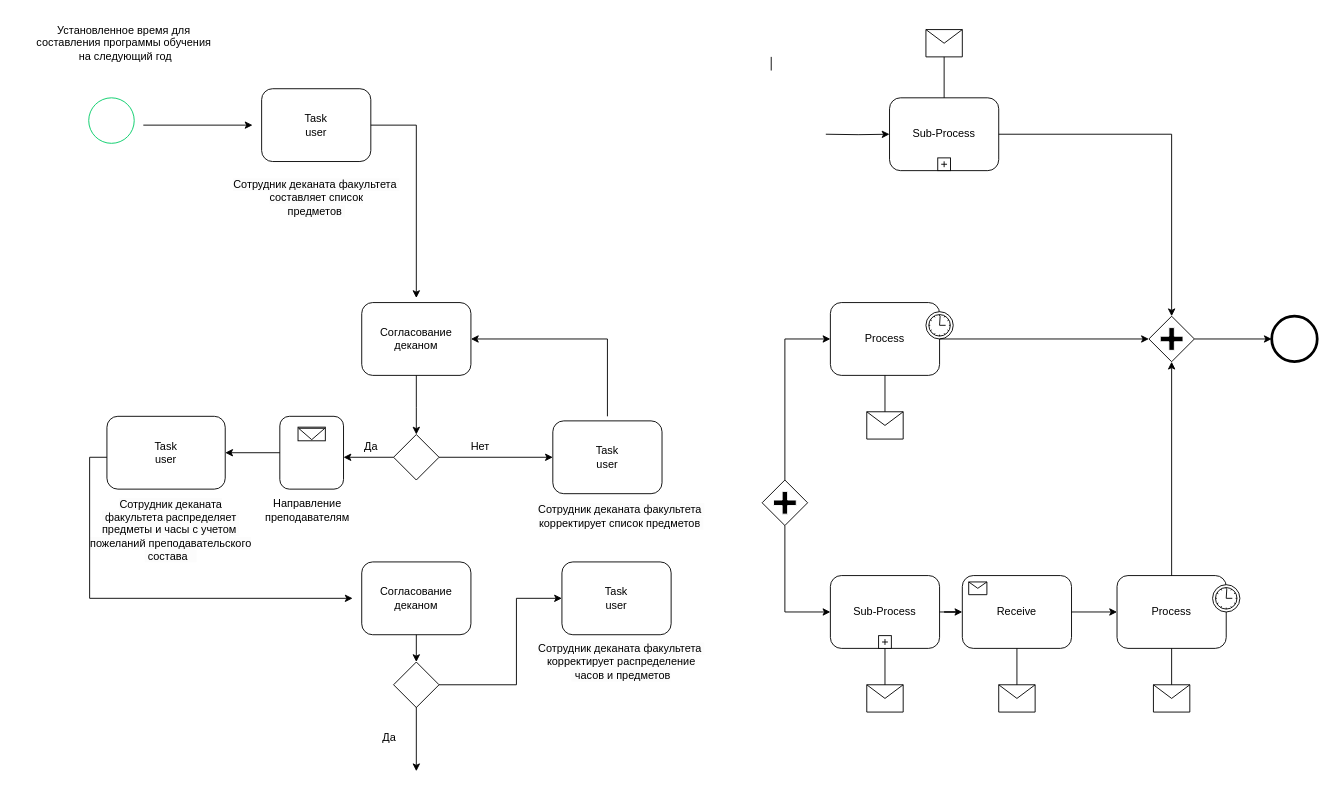
Earlier version of the draw.io diagram Задание_2_4.drawio (Ravil888/for-images). Source tidied: cells renumbered, new cells numbered last; positions are measured from the earlier drawing's top-left corner, leaving out a move shared by most shapes. Both pictures are drawn from the tidied source at 91%, with x=0, y=0 at pixel (25, 15).
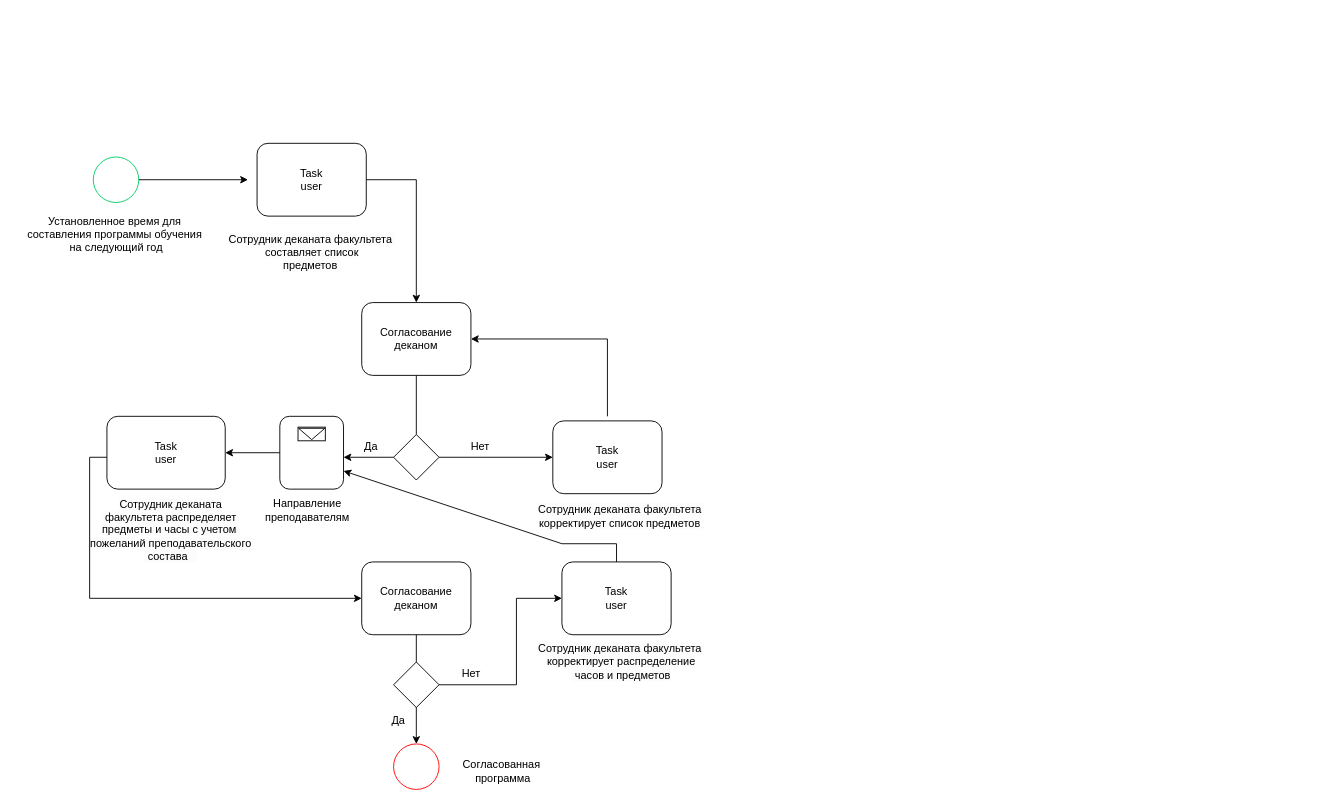
After the change.

The change refers to these unchanged cells:
```xml
<mxCell id="41" value="Согласование деканом" style="shape=ext;rounded=1;html=1;whiteSpace=wrap;" parent="1" vertex="1">
  <mxGeometry x="370" y="315" width="120" height="80" as="geometry" />
</mxCell>
<mxCell id="43" style="rhombus;whiteSpace=wrap;html=1;" parent="1" vertex="1">
  <mxGeometry x="405" y="460" width="50" height="50" as="geometry" />
</mxCell>
<mxCell id="54" value="Согласование деканом" style="shape=ext;rounded=1;html=1;whiteSpace=wrap;" parent="1" vertex="1">
  <mxGeometry x="370" y="600" width="120" height="80" as="geometry" />
</mxCell>
<mxCell id="57" style="rhombus;whiteSpace=wrap;html=1;" parent="1" vertex="1">
  <mxGeometry x="405" y="710" width="50" height="50" as="geometry" />
</mxCell>
<mxCell id="60" value="&amp;nbsp;Task&amp;nbsp;&lt;div&gt;user&lt;/div&gt;" style="shape=ext;rounded=1;html=1;whiteSpace=wrap;" parent="1" vertex="1">
  <mxGeometry x="590" y="600" width="120" height="80" as="geometry" />
</mxCell>
<mxCell id="61" style="shape=ext;rounded=1;html=1;whiteSpace=wrap;" parent="1" vertex="1">
  <mxGeometry x="280" y="440" width="70" height="80" as="geometry" />
</mxCell>
```

Diff of the diagram source:
```diff
@@
     <mxCell id="2" style="shape=mxgraph.bpmn.shape;html=1;verticalLabelPosition=bottom;labelBackgroundColor=#ffffff;verticalAlign=top;perimeter=ellipsePerimeter;outline=standard;symbol=general;strokeColor=#00CC66;" parent="1" vertex="1">
-      <mxGeometry x="70" y="90" width="50" height="50" as="geometry" />
+      <mxGeometry x="75" y="155" width="50" height="50" as="geometry" />
     </mxCell>
     <mxCell id="3" value="&amp;nbsp;Task&amp;nbsp;&lt;div&gt;user&lt;/div&gt;" style="shape=ext;rounded=1;html=1;whiteSpace=wrap;" parent="1" vertex="1">
-      <mxGeometry x="260" y="80" width="120" height="80" as="geometry" />
+      <mxGeometry x="255" y="140" width="120" height="80" as="geometry" />
     </mxCell>
-    <mxCell id="4" value="Sub-Process" style="html=1;whiteSpace=wrap;rounded=1;" parent="1" vertex="1">
-      <mxGeometry x="950" y="90" width="120" height="80" as="geometry" />
-    </mxCell>
-    <mxCell id="5" style="html=1;shape=plus;" parent="4" vertex="1">
-      <mxGeometry x="0.5" y="1" width="14" height="14" relative="1" as="geometry">
-        <mxPoint x="-7" y="-14" as="offset" />
-      </mxGeometry>
-    </mxCell>
-    <mxCell id="6" value="Process" style="html=1;whiteSpace=wrap;rounded=1;" parent="1" vertex="1">
-      <mxGeometry x="885" y="315" width="120" height="80" as="geometry" />
-    </mxCell>
-    <mxCell id="7" style="shape=mxgraph.bpmn.timer_start;perimeter=ellipsePerimeter;html=1;labelPosition=right;labelBackgroundColor=#ffffff;align=left;" parent="6" vertex="1">
-      <mxGeometry x="1" width="30" height="30" relative="1" as="geometry">
-        <mxPoint x="-15" y="10" as="offset" />
-      </mxGeometry>
-    </mxCell>
-    <mxCell id="8" value="Process" style="html=1;whiteSpace=wrap;rounded=1;" parent="1" vertex="1">
-      <mxGeometry x="1200" y="615" width="120" height="80" as="geometry" />
-    </mxCell>
-    <mxCell id="9" style="shape=mxgraph.bpmn.timer_start;perimeter=ellipsePerimeter;html=1;labelPosition=right;labelBackgroundColor=#ffffff;align=left;" parent="8" vertex="1">
-      <mxGeometry x="1" width="30" height="30" relative="1" as="geometry">
-        <mxPoint x="-15" y="10" as="offset" />
-      </mxGeometry>
-    </mxCell>
-    <mxCell id="10" value="Receive" style="html=1;whiteSpace=wrap;rounded=1;" parent="1" vertex="1">
-      <mxGeometry x="1030" y="615" width="120" height="80" as="geometry" />
-    </mxCell>
-    <mxCell id="11" style="html=1;shape=message;" parent="10" vertex="1">
-      <mxGeometry width="20" height="14" relative="1" as="geometry">
-        <mxPoint x="7" y="7" as="offset" />
-      </mxGeometry>
-    </mxCell>
-    <mxCell id="12" value="Sub-Process" style="html=1;whiteSpace=wrap;rounded=1;" parent="1" vertex="1">
-      <mxGeometry x="885" y="615" width="120" height="80" as="geometry" />
-    </mxCell>
-    <mxCell id="13" style="html=1;shape=plus;" parent="12" vertex="1">
-      <mxGeometry x="0.5" y="1" width="14" height="14" relative="1" as="geometry">
-        <mxPoint x="-7" y="-14" as="offset" />
-      </mxGeometry>
-    </mxCell>
-    <mxCell id="14" style="shape=mxgraph.bpmn.shape;html=1;verticalLabelPosition=bottom;labelBackgroundColor=#ffffff;verticalAlign=top;perimeter=rhombusPerimeter;background=gateway;outline=none;symbol=parallelGw;" parent="1" vertex="1">
-      <mxGeometry x="1235" y="330" width="50" height="50" as="geometry" />
-    </mxCell>
-    <mxCell id="15" style="shape=mxgraph.bpmn.shape;html=1;verticalLabelPosition=bottom;labelBackgroundColor=#ffffff;verticalAlign=top;perimeter=ellipsePerimeter;outline=end;symbol=general;" parent="1" vertex="1">
-      <mxGeometry x="1370" y="330" width="50" height="50" as="geometry" />
-    </mxCell>
-    <mxCell id="16" style="shape=message;whiteSpace=wrap;html=1;" parent="1" vertex="1">
-      <mxGeometry x="990" y="15" width="40" height="30" as="geometry" />
-    </mxCell>
-    <mxCell id="17" style="shape=message;whiteSpace=wrap;html=1;" parent="1" vertex="1">
-      <mxGeometry x="1070" y="735" width="40" height="30" as="geometry" />
-    </mxCell>
-    <mxCell id="18" style="shape=message;whiteSpace=wrap;html=1;" parent="1" vertex="1">
-      <mxGeometry x="1240" y="735" width="40" height="30" as="geometry" />
-    </mxCell>
-    <mxCell id="19" style="shape=message;whiteSpace=wrap;html=1;" parent="1" vertex="1">
-      <mxGeometry x="925" y="735" width="40" height="30" as="geometry" />
-    </mxCell>
-    <mxCell id="20" style="shape=message;whiteSpace=wrap;html=1;" parent="1" vertex="1">
-      <mxGeometry x="925" y="435" width="40" height="30" as="geometry" />
-    </mxCell>
     <mxCell id="21" style="edgeStyle=orthogonalEdgeStyle;rounded=0;html=1;jettySize=auto;orthogonalLoop=1;" parent="1" edge="1">
       <mxGeometry relative="1" as="geometry">
-        <mxPoint x="130" y="120" as="sourcePoint" />
-        <mxPoint x="250" y="120" as="targetPoint" />
+        <mxPoint x="125" y="180" as="sourcePoint" />
+        <mxPoint x="245" y="180" as="targetPoint" />
       </mxGeometry>
     </mxCell>
-    <mxCell id="22" style="edgeStyle=orthogonalEdgeStyle;rounded=0;html=1;jettySize=auto;" parent="1" edge="1" target="4">
-      <mxGeometry relative="1" as="geometry">
-        <mxPoint x="880" y="130" as="sourcePoint" />
-      </mxGeometry>
-    </mxCell>
-    <mxCell id="23" style="edgeStyle=orthogonalEdgeStyle;rounded=0;html=1;jettySize=auto;orthogonalLoop=1;endArrow=none;endFill=0;" parent="1" edge="1">
-      <mxGeometry relative="1" as="geometry">
-        <mxPoint x="820" y="45" as="sourcePoint" />
-        <mxPoint x="820" y="60" as="targetPoint" />
-      </mxGeometry>
-    </mxCell>
-    <mxCell id="24" style="edgeStyle=orthogonalEdgeStyle;rounded=0;html=1;jettySize=auto;endArrow=none;endFill=0;" parent="1" edge="1" source="16" target="4">
-      <mxGeometry relative="1" as="geometry" />
-    </mxCell>
-    <mxCell id="25" style="edgeStyle=orthogonalEdgeStyle;rounded=0;html=1;jettySize=auto;" parent="1" edge="1" source="4" target="14">
-      <mxGeometry relative="1" as="geometry">
-        <Array as="points">
-          <mxPoint x="1260" y="130" />
-        </Array>
-      </mxGeometry>
-    </mxCell>
-    <mxCell id="26" style="edgeStyle=orthogonalEdgeStyle;rounded=0;html=1;jettySize=auto;" parent="1" edge="1" source="6" target="14">
-      <mxGeometry relative="1" as="geometry" />
-    </mxCell>
-    <mxCell id="27" style="edgeStyle=orthogonalEdgeStyle;rounded=0;html=1;jettySize=auto;" parent="1" edge="1" source="8" target="14">
-      <mxGeometry relative="1" as="geometry" />
-    </mxCell>
-    <mxCell id="28" style="edgeStyle=orthogonalEdgeStyle;rounded=0;html=1;jettySize=auto;" parent="1" edge="1" source="14" target="15">
-      <mxGeometry relative="1" as="geometry" />
-    </mxCell>
-    <mxCell id="29" style="shape=mxgraph.bpmn.shape;html=1;verticalLabelPosition=bottom;labelBackgroundColor=#ffffff;verticalAlign=top;perimeter=rhombusPerimeter;background=gateway;outline=none;symbol=parallelGw;" parent="1" vertex="1">
-      <mxGeometry x="810" y="510" width="50" height="50" as="geometry" />
-    </mxCell>
-    <mxCell id="30" style="edgeStyle=orthogonalEdgeStyle;rounded=0;html=1;jettySize=auto;" parent="1" edge="1" source="29" target="12">
-      <mxGeometry relative="1" as="geometry">
-        <Array as="points">
-          <mxPoint x="835" y="655" />
-        </Array>
-      </mxGeometry>
-    </mxCell>
-    <mxCell id="31" style="edgeStyle=orthogonalEdgeStyle;rounded=0;html=1;jettySize=auto;" parent="1" edge="1" source="29" target="6">
-      <mxGeometry relative="1" as="geometry">
-        <Array as="points">
-          <mxPoint x="835" y="355" />
-        </Array>
-      </mxGeometry>
-    </mxCell>
-    <mxCell id="32" style="edgeStyle=orthogonalEdgeStyle;rounded=0;html=1;jettySize=auto;endArrow=none;endFill=0;" parent="1" edge="1" source="20" target="6">
-      <mxGeometry relative="1" as="geometry" />
-    </mxCell>
-    <mxCell id="33" style="edgeStyle=orthogonalEdgeStyle;rounded=0;html=1;jettySize=auto;" parent="1" edge="1" source="12" target="10">
-      <mxGeometry relative="1" as="geometry" />
-    </mxCell>
-    <mxCell id="34" style="edgeStyle=orthogonalEdgeStyle;rounded=0;html=1;jettySize=auto;endArrow=none;endFill=0;" parent="1" edge="1" source="19" target="12">
-      <mxGeometry relative="1" as="geometry" />
-    </mxCell>
-    <mxCell id="35" style="edgeStyle=orthogonalEdgeStyle;rounded=0;html=1;jettySize=auto;endArrow=none;endFill=0;" parent="1" edge="1" source="17" target="10">
-      <mxGeometry relative="1" as="geometry" />
-    </mxCell>
-    <mxCell id="36" style="edgeStyle=orthogonalEdgeStyle;rounded=0;html=1;jettySize=auto;endArrow=none;endFill=0;" parent="1" edge="1" source="18" target="8">
-      <mxGeometry relative="1" as="geometry" />
-    </mxCell>
-    <mxCell id="37" style="edgeStyle=orthogonalEdgeStyle;rounded=0;html=1;jettySize=auto;" parent="1" edge="1" source="10" target="8">
-      <mxGeometry relative="1" as="geometry" />
-    </mxCell>
     <mxCell id="38" value="Установленное время для&amp;nbsp;&lt;div&gt;составления программы обучения&amp;nbsp;&lt;/div&gt;&lt;div&gt;на следующий год&lt;/div&gt;" style="text;html=1;align=center;verticalAlign=middle;strokeColor=none;fillColor=none;" parent="1" vertex="1">
-      <mxGeometry width="220" height="60" as="geometry" />
+      <mxGeometry x="-10" y="210" width="220" height="60" as="geometry" />
     </mxCell>
     <mxCell id="39" value="&lt;span style=&quot;line-height: 107%; background: rgb(252, 252, 252);&quot;&gt;&lt;font face=&quot;Helvetica&quot; style=&quot;font-size: 12px;&quot;&gt;Сотрудник деканата факультета&lt;/font&gt;&lt;font face=&quot;Times New Roman&quot; style=&quot;font-size: 12px;&quot;&gt;&amp;nbsp;&lt;/font&gt;&lt;/span&gt;&lt;div&gt;&lt;span style=&quot;line-height: 107%; background: rgb(252, 252, 252);&quot;&gt;&lt;font style=&quot;&quot;&gt;&lt;font face=&quot;Helvetica&quot; style=&quot;font-size: 12px;&quot;&gt;составляет список&lt;/font&gt;&lt;br&gt;&lt;font style=&quot;font-size: 12px;&quot; face=&quot;Helvetica&quot;&gt;предметов&amp;nbsp;&lt;/font&gt;&lt;/font&gt;&lt;/span&gt;&lt;/div&gt;" style="text;html=1;align=center;verticalAlign=middle;strokeColor=none;fillColor=none;" parent="1" vertex="1">
-      <mxGeometry x="215" y="170" width="210" height="60" as="geometry" />
+      <mxGeometry x="210" y="230" width="210" height="60" as="geometry" />
     </mxCell>
-    <mxCell id="40" style="edgeStyle=orthogonalEdgeStyle;rounded=0;html=1;jettySize=auto;exitX=1;exitY=0.5;exitDx=0;exitDy=0;" parent="1" edge="1" source="3">
-      <mxGeometry relative="1" as="geometry">
-        <mxPoint x="430" y="310" as="targetPoint" />
-        <Array as="points">
-          <mxPoint x="430" y="120" />
-        </Array>
-      </mxGeometry>
-    </mxCell>
@@
-    <mxCell id="42" style="edgeStyle=orthogonalEdgeStyle;rounded=0;html=1;jettySize=auto;exitX=0.5;exitY=1;exitDx=0;exitDy=0;" parent="1" edge="1" source="41" target="43">
-      <mxGeometry relative="1" as="geometry">
-        <Array as="points">
-          <mxPoint x="430" y="430" />
-          <mxPoint x="430" y="430" />
-        </Array>
-      </mxGeometry>
-    </mxCell>
@@
-    <mxCell id="53" style="edgeStyle=orthogonalEdgeStyle;rounded=0;html=1;jettySize=auto;orthogonalLoop=1;" parent="1" edge="1">
+    <mxCell id="53" style="edgeStyle=orthogonalEdgeStyle;rounded=0;html=1;jettySize=auto;entryX=0;entryY=0.5;entryDx=0;entryDy=0;" parent="1" edge="1" target="54">
       <mxGeometry relative="1" as="geometry">
         <mxPoint x="90" y="485" as="sourcePoint" />
-        <mxPoint x="360" y="640" as="targetPoint" />
         <Array as="points">
           <mxPoint x="71" y="485" />
+          <mxPoint x="71" y="640" />
         </Array>
       </mxGeometry>
     </mxCell>
@@
-    <mxCell id="56" style="endArrow=classic;html=1;rounded=0;exitX=0.5;exitY=1;exitDx=0;exitDy=0;" parent="1" edge="1" source="54" target="57">
-      <mxGeometry relative="1" as="geometry" />
-    </mxCell>
@@
     <mxCell id="58" style="endArrow=classic;html=1;rounded=0;exitX=0.5;exitY=1;exitDx=0;exitDy=0;" parent="1" edge="1" source="57">
       <mxGeometry relative="1" as="geometry">
-        <mxPoint x="430" y="830" as="targetPoint" />
+        <mxPoint x="430" y="800" as="targetPoint" />
       </mxGeometry>
     </mxCell>
     <mxCell id="59" value="Да" style="text;html=1;align=center;verticalAlign=middle;strokeColor=none;fillColor=none;" parent="1" vertex="1">
-      <mxGeometry x="380" y="778" width="40" height="30" as="geometry" />
+      <mxGeometry x="390" y="760" width="40" height="30" as="geometry" />
     </mxCell>
@@
+    <mxCell id="68" style="endArrow=classic;html=1;rounded=0;exitX=0.5;exitY=0;exitDx=0;exitDy=0;entryX=1;entryY=0.75;entryDx=0;entryDy=0;" parent="1" edge="1" source="60" target="61">
+      <mxGeometry relative="1" as="geometry">
+        <Array as="points">
+          <mxPoint x="650" y="580" />
+          <mxPoint x="590" y="580" />
+        </Array>
+      </mxGeometry>
+    </mxCell>
+    <mxCell id="69" style="endArrow=none;html=1;rounded=0;entryX=0.5;entryY=1;entryDx=0;entryDy=0;exitX=0.5;exitY=0;exitDx=0;exitDy=0;" parent="1" edge="1" source="43" target="41">
+      <mxGeometry relative="1" as="geometry" />
+    </mxCell>
+    <mxCell id="56" style="endArrow=none;html=1;rounded=0;exitX=0.5;exitY=1;exitDx=0;exitDy=0;entryX=0.5;entryY=0;entryDx=0;entryDy=0;" parent="1" edge="1" source="54" target="57">
+      <mxGeometry relative="1" as="geometry" />
+    </mxCell>
+    <mxCell id="70" style="shape=mxgraph.bpmn.shape;html=1;verticalLabelPosition=bottom;labelBackgroundColor=#ffffff;verticalAlign=top;perimeter=ellipsePerimeter;outline=standard;symbol=general;strokeColor=#FF0000;" parent="1" vertex="1">
+      <mxGeometry x="405" y="800" width="50" height="50" as="geometry" />
+    </mxCell>
+    <mxCell id="71" value="Нет" style="text;html=1;align=center;verticalAlign=middle;strokeColor=none;fillColor=none;" parent="1" vertex="1">
+      <mxGeometry x="470" y="708" width="40" height="30" as="geometry" />
+    </mxCell>
+    <mxCell id="72" value="Согласованная&amp;nbsp;&lt;div&gt;программа&lt;/div&gt;" style="text;html=1;align=center;verticalAlign=middle;strokeColor=none;fillColor=none;" parent="1" vertex="1">
+      <mxGeometry x="470" y="810" width="110" height="40" as="geometry" />
+    </mxCell>
+    <mxCell id="73" style="endArrow=classic;html=1;rounded=0;exitX=1;exitY=0.5;exitDx=0;exitDy=0;entryX=0.5;entryY=0;entryDx=0;entryDy=0;" parent="1" edge="1" source="3" target="41">
+      <mxGeometry relative="1" as="geometry">
+        <Array as="points">
+          <mxPoint x="430" y="180" />
+        </Array>
+      </mxGeometry>
+    </mxCell>
```
